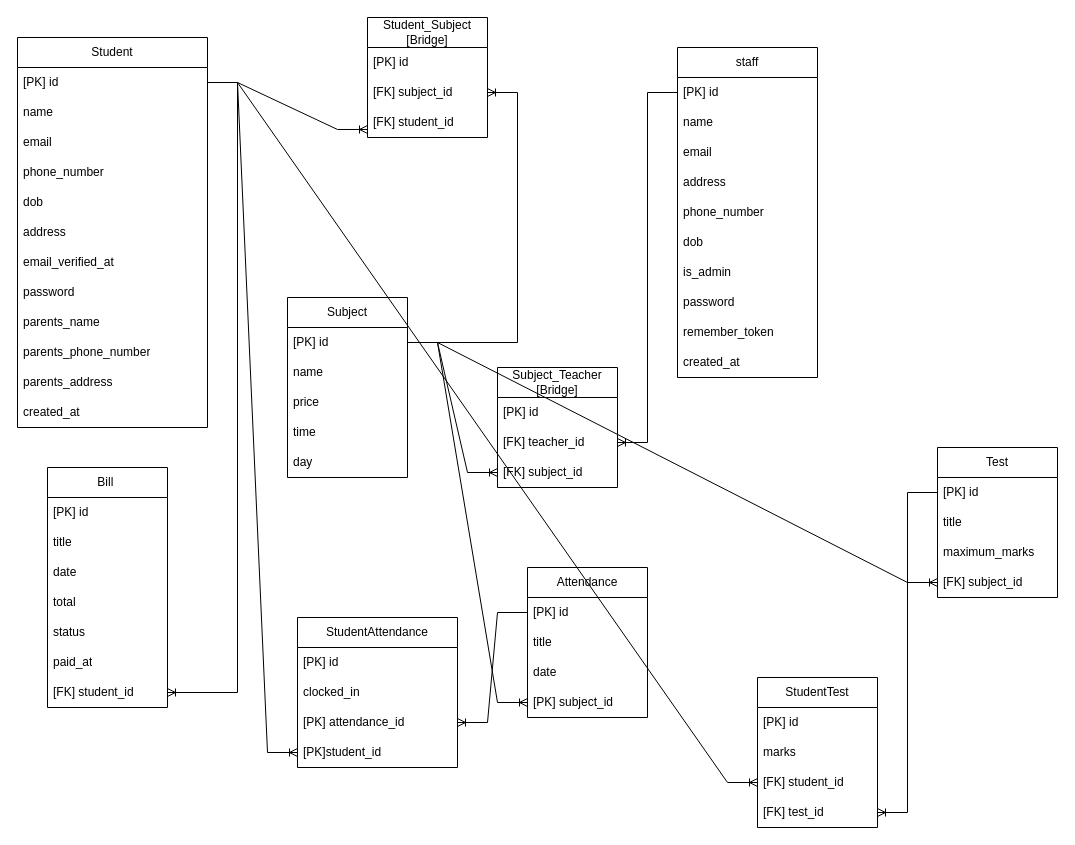
aqilanwar/atlas-api keeps this draw.io diagram as page "Page-1" (1 of 2) of ERD.drawio. Above is the earlier version. Source tidied: cells renumbered, new cells numbered last; positions are measured from the earlier drawing's top-left corner, leaving out a move shared by most shapes. Both pictures are drawn from the tidied source at 100%, with x=0, y=0 at pixel (17, 17).
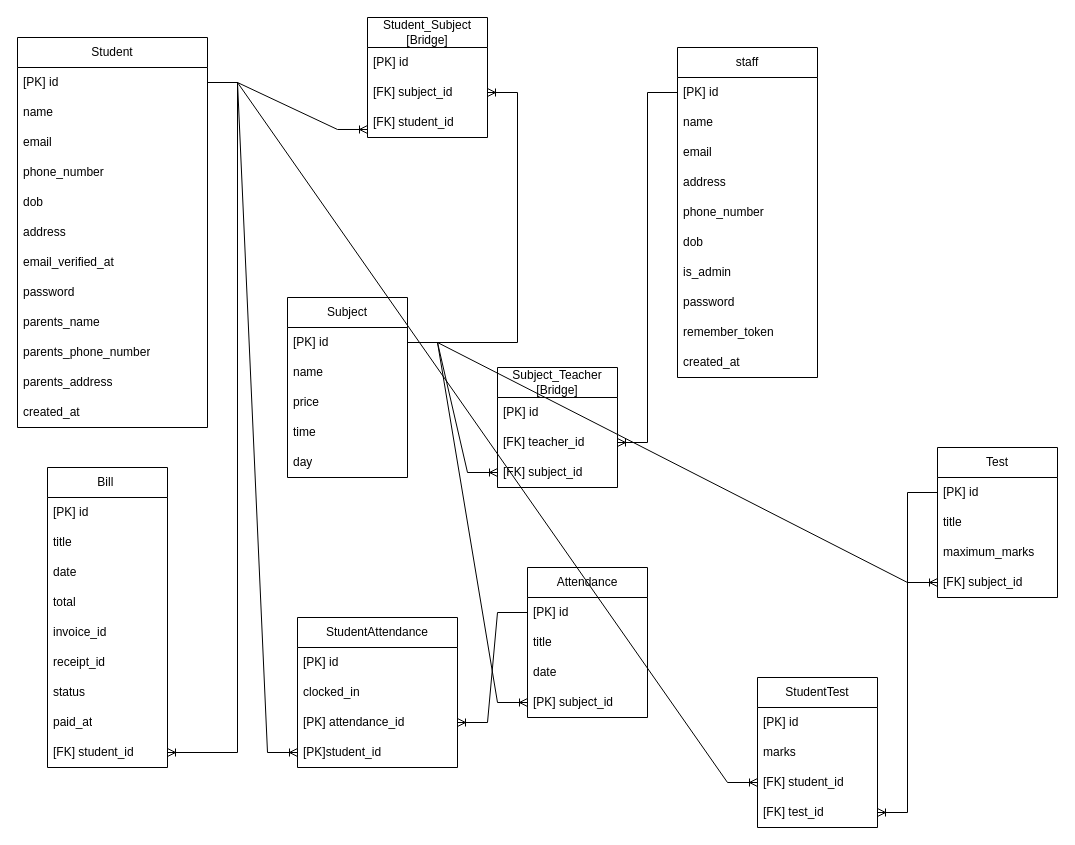
After the change.

Diff of the diagram source:
```diff
@@
     <mxCell id="44" value="Bill&amp;nbsp;" style="swimlane;fontStyle=0;horizontal=1;startSize=30;whiteSpace=wrap;html=1;" parent="1" vertex="1">
-      <mxGeometry x="30" y="450" width="120" height="240" as="geometry" />
+      <mxGeometry x="30" y="450" width="120" height="300" as="geometry" />
     </mxCell>
@@
+    <mxCell id="79" value="invoice_id" style="text;strokeColor=none;fillColor=none;align=left;verticalAlign=middle;spacingLeft=4;spacingRight=4;overflow=hidden;whiteSpace=wrap;html=1;" parent="44" vertex="1">
+      <mxGeometry y="150" width="120" height="30" as="geometry" />
+    </mxCell>
+    <mxCell id="80" value="receipt_id" style="text;strokeColor=none;fillColor=none;align=left;verticalAlign=middle;spacingLeft=4;spacingRight=4;overflow=hidden;whiteSpace=wrap;html=1;" parent="44" vertex="1">
+      <mxGeometry y="180" width="120" height="30" as="geometry" />
+    </mxCell>
     <mxCell id="49" value="status" style="text;strokeColor=none;fillColor=none;align=left;verticalAlign=middle;spacingLeft=4;spacingRight=4;overflow=hidden;whiteSpace=wrap;html=1;" parent="44" vertex="1">
-      <mxGeometry y="150" width="120" height="30" as="geometry" />
+      <mxGeometry y="210" width="120" height="30" as="geometry" />
     </mxCell>
     <mxCell id="50" value="paid_at" style="text;strokeColor=none;fillColor=none;align=left;verticalAlign=middle;spacingLeft=4;spacingRight=4;overflow=hidden;whiteSpace=wrap;html=1;" parent="44" vertex="1">
-      <mxGeometry y="180" width="120" height="30" as="geometry" />
+      <mxGeometry y="240" width="120" height="30" as="geometry" />
     </mxCell>
     <mxCell id="51" value="[FK] student_id" style="text;strokeColor=none;fillColor=none;align=left;verticalAlign=middle;spacingLeft=4;spacingRight=4;overflow=hidden;points=[[0,0.5],[1,0.5]];portConstraint=eastwest;whiteSpace=wrap;html=1;" parent="44" vertex="1">
-      <mxGeometry y="210" width="120" height="30" as="geometry" />
+      <mxGeometry y="270" width="120" height="30" as="geometry" />
     </mxCell>
```
